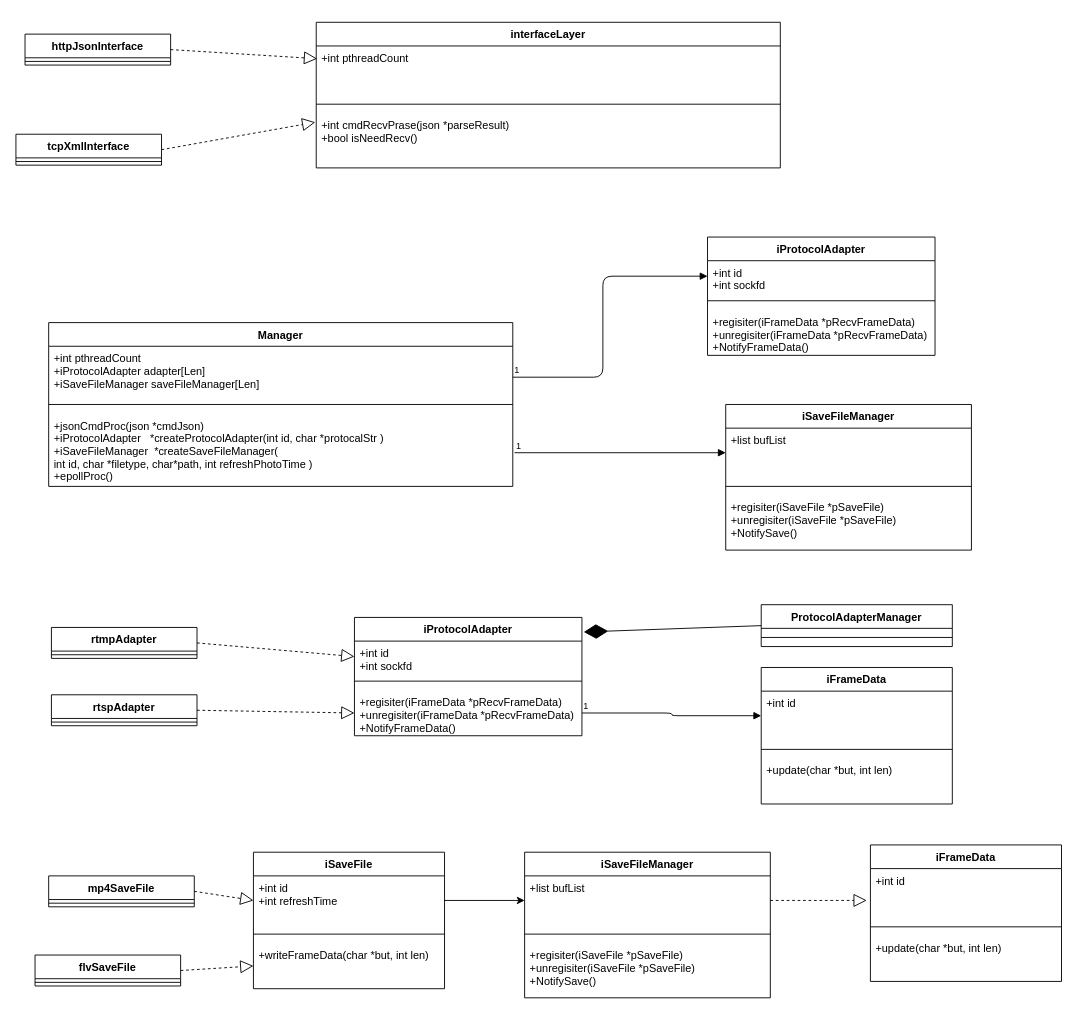
This is 巡课uml.drawio from huangPeiLc/drawio, a draw.io file, before an edit. Source tidied: cells renumbered, new cells numbered last; positions are measured from the earlier drawing's top-left corner, leaving out a move shared by most shapes. Both pictures are drawn from the tidied source at 91%, with x=0, y=0 at pixel (15, 22).
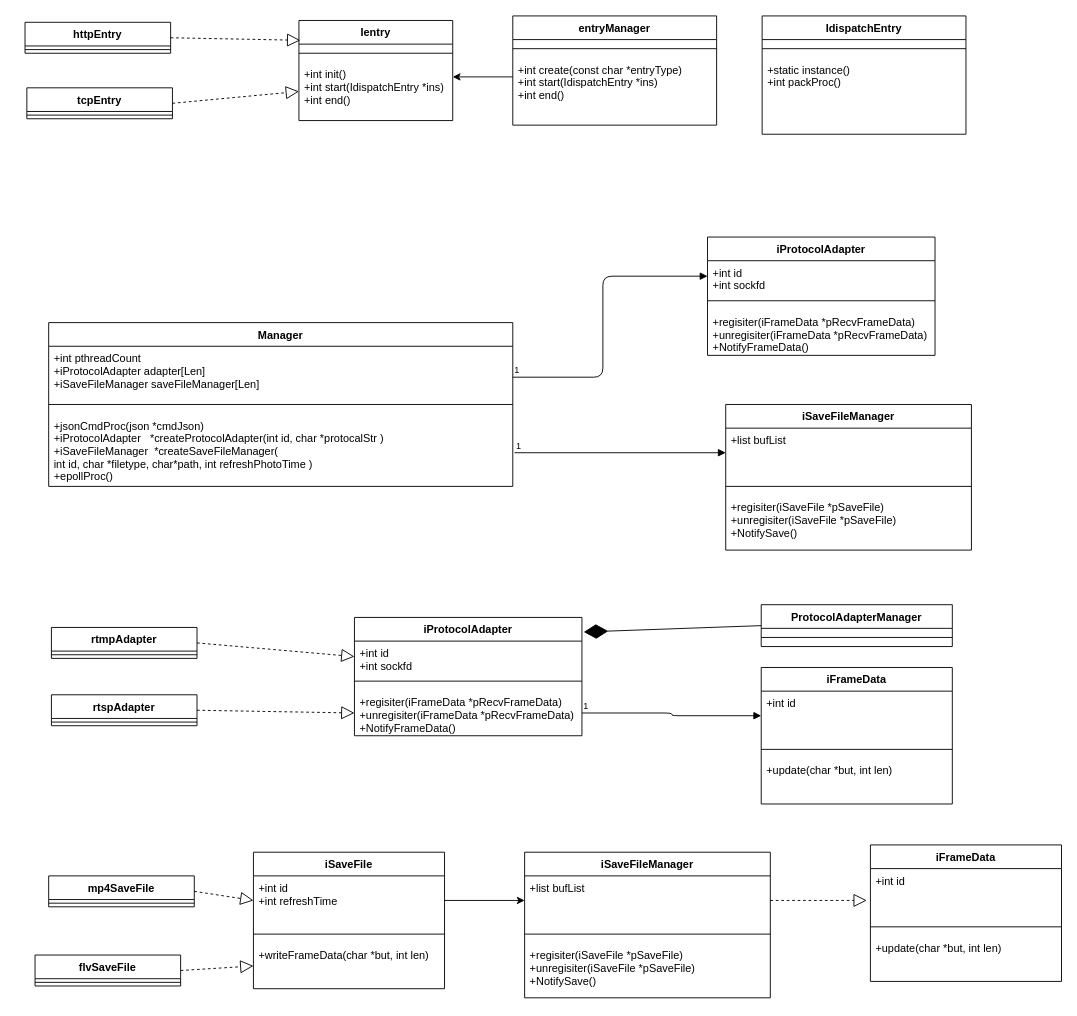
Above is the later version.

Change to the diagram source:
```diff
@@
-    <mxCell id="45" value="interfaceLayer&#10;" style="swimlane;fontStyle=1;align=center;verticalAlign=top;horizontal=1;startSize=26;" parent="1" vertex="1">
-      <mxGeometry x="330" width="510" height="160" as="geometry" />
+    <mxCell id="45" value="Ientry" style="swimlane;fontStyle=1;align=center;verticalAlign=top;horizontal=1;startSize=26;" parent="1" vertex="1">
+      <mxGeometry x="311" y="-2" width="169" height="110" as="geometry" />
     </mxCell>
-    <mxCell id="46" value="+int pthreadCount&#10;&#10;" style="text;strokeColor=none;fillColor=none;align=left;verticalAlign=top;spacingLeft=4;spacingRight=4;overflow=hidden;points=[[0,0.5],[1,0.5]];portConstraint=eastwest;" parent="45" vertex="1">
-      <mxGeometry y="26" width="510" height="54" as="geometry" />
-    </mxCell>
     <mxCell id="47" style="line;strokeWidth=1;fillColor=none;align=left;verticalAlign=middle;spacingTop=-1;spacingLeft=3;spacingRight=3;labelPosition=right;" parent="45" vertex="1">
-      <mxGeometry y="80" width="510" height="20" as="geometry" />
+      <mxGeometry y="26" width="169" height="20" as="geometry" />
     </mxCell>
-    <mxCell id="48" value="+int cmdRecvPrase(json *parseResult)&#10;+bool isNeedRecv()&#10;" style="text;strokeColor=none;fillColor=none;align=left;verticalAlign=top;spacingLeft=4;spacingRight=4;overflow=hidden;points=[[0,0.5],[1,0.5]];portConstraint=eastwest;" parent="45" vertex="1">
-      <mxGeometry y="100" width="510" height="60" as="geometry" />
+    <mxCell id="48" value="+int init()&#10;+int start(IdispatchEntry *ins)&#10;+int end()&#10;" style="text;strokeColor=none;fillColor=none;align=left;verticalAlign=top;spacingLeft=4;spacingRight=4;overflow=hidden;points=[[0,0.5],[1,0.5]];portConstraint=eastwest;" parent="45" vertex="1">
+      <mxGeometry y="46" width="169" height="64" as="geometry" />
     </mxCell>
-    <mxCell id="49" value="httpJsonInterface&#10;" style="swimlane;fontStyle=1;align=center;verticalAlign=top;horizontal=1;startSize=26;" parent="1" vertex="1">
-      <mxGeometry x="10" y="13" width="160" height="34" as="geometry" />
+    <mxCell id="49" value="httpEntry&#10;" style="swimlane;fontStyle=1;align=center;verticalAlign=top;horizontal=1;startSize=26;" parent="1" vertex="1">
+      <mxGeometry x="10" width="160" height="34" as="geometry" />
     </mxCell>
@@
-    <mxCell id="51" style="endArrow=block;dashed=1;endFill=0;endSize=12;html=1;exitX=1;exitY=0.5;exitDx=0;exitDy=0;entryX=0.002;entryY=0.259;entryDx=0;entryDy=0;entryPerimeter=0;" parent="1" edge="1" source="49" target="46">
+    <mxCell id="51" style="endArrow=block;dashed=1;endFill=0;endSize=12;html=1;exitX=1;exitY=0.5;exitDx=0;exitDy=0;entryX=0.009;entryY=0.198;entryDx=0;entryDy=0;entryPerimeter=0;" parent="1" edge="1" source="49" target="45">
       <mxGeometry relative="1" as="geometry" />
     </mxCell>
-    <mxCell id="52" value="tcpXmlInterface&#10;" style="swimlane;fontStyle=1;align=center;verticalAlign=top;horizontal=1;startSize=26;" parent="1" vertex="1">
-      <mxGeometry y="123" width="160" height="34" as="geometry" />
+    <mxCell id="52" value="tcpEntry&#10;" style="swimlane;fontStyle=1;align=center;verticalAlign=top;horizontal=1;startSize=26;" parent="1" vertex="1">
+      <mxGeometry x="12" y="72" width="160" height="34" as="geometry" />
     </mxCell>
@@
-    <mxCell id="54" style="endArrow=block;dashed=1;endFill=0;endSize=12;html=1;exitX=1;exitY=0.5;exitDx=0;exitDy=0;entryX=-0.002;entryY=0.164;entryDx=0;entryDy=0;entryPerimeter=0;" parent="1" edge="1" source="52" target="48">
+    <mxCell id="54" style="endArrow=block;dashed=1;endFill=0;endSize=12;html=1;exitX=1;exitY=0.5;exitDx=0;exitDy=0;entryX=0;entryY=0.5;entryDx=0;entryDy=0;" parent="1" edge="1" source="52" target="48">
       <mxGeometry relative="1" as="geometry" />
     </mxCell>
@@
+    <mxCell id="67" value="entryManager" style="swimlane;fontStyle=1;align=center;verticalAlign=top;horizontal=1;startSize=26;" parent="1" vertex="1">
+      <mxGeometry x="546" y="-7" width="224" height="120" as="geometry" />
+    </mxCell>
+    <mxCell id="68" style="line;strokeWidth=1;fillColor=none;align=left;verticalAlign=middle;spacingTop=-1;spacingLeft=3;spacingRight=3;labelPosition=right;" parent="67" vertex="1">
+      <mxGeometry y="26" width="224" height="20" as="geometry" />
+    </mxCell>
+    <mxCell id="69" value="+int create(const char *entryType)&#10;+int start(IdispatchEntry *ins)&#10;+int end()&#10;&#10;&#10;" style="text;strokeColor=none;fillColor=none;align=left;verticalAlign=top;spacingLeft=4;spacingRight=4;overflow=hidden;" parent="67" vertex="1">
+      <mxGeometry y="46" width="224" height="74" as="geometry" />
+    </mxCell>
+    <mxCell id="70" style="edgeStyle=orthogonalEdgeStyle;rounded=0;orthogonalLoop=1;jettySize=auto;html=1;" parent="1" edge="1">
+      <mxGeometry relative="1" as="geometry">
+        <mxPoint x="546" y="60" as="sourcePoint" />
+        <mxPoint x="480" y="60" as="targetPoint" />
+        <Array as="points">
+          <mxPoint x="546" y="60" />
+          <mxPoint x="480" y="60" />
+        </Array>
+      </mxGeometry>
+    </mxCell>
+    <mxCell id="71" value="IdispatchEntry" style="swimlane;fontStyle=1;align=center;verticalAlign=top;horizontal=1;startSize=26;" parent="1" vertex="1">
+      <mxGeometry x="820" y="-7" width="224" height="130" as="geometry" />
+    </mxCell>
+    <mxCell id="72" style="line;strokeWidth=1;fillColor=none;align=left;verticalAlign=middle;spacingTop=-1;spacingLeft=3;spacingRight=3;labelPosition=right;" parent="71" vertex="1">
+      <mxGeometry y="26" width="224" height="20" as="geometry" />
+    </mxCell>
+    <mxCell id="73" value="+static instance()&#10;+int packProc()&#10;&#10;&#10;" style="text;strokeColor=none;fillColor=none;align=left;verticalAlign=top;spacingLeft=4;spacingRight=4;overflow=hidden;" parent="71" vertex="1">
+      <mxGeometry y="46" width="224" height="84" as="geometry" />
+    </mxCell>
```
